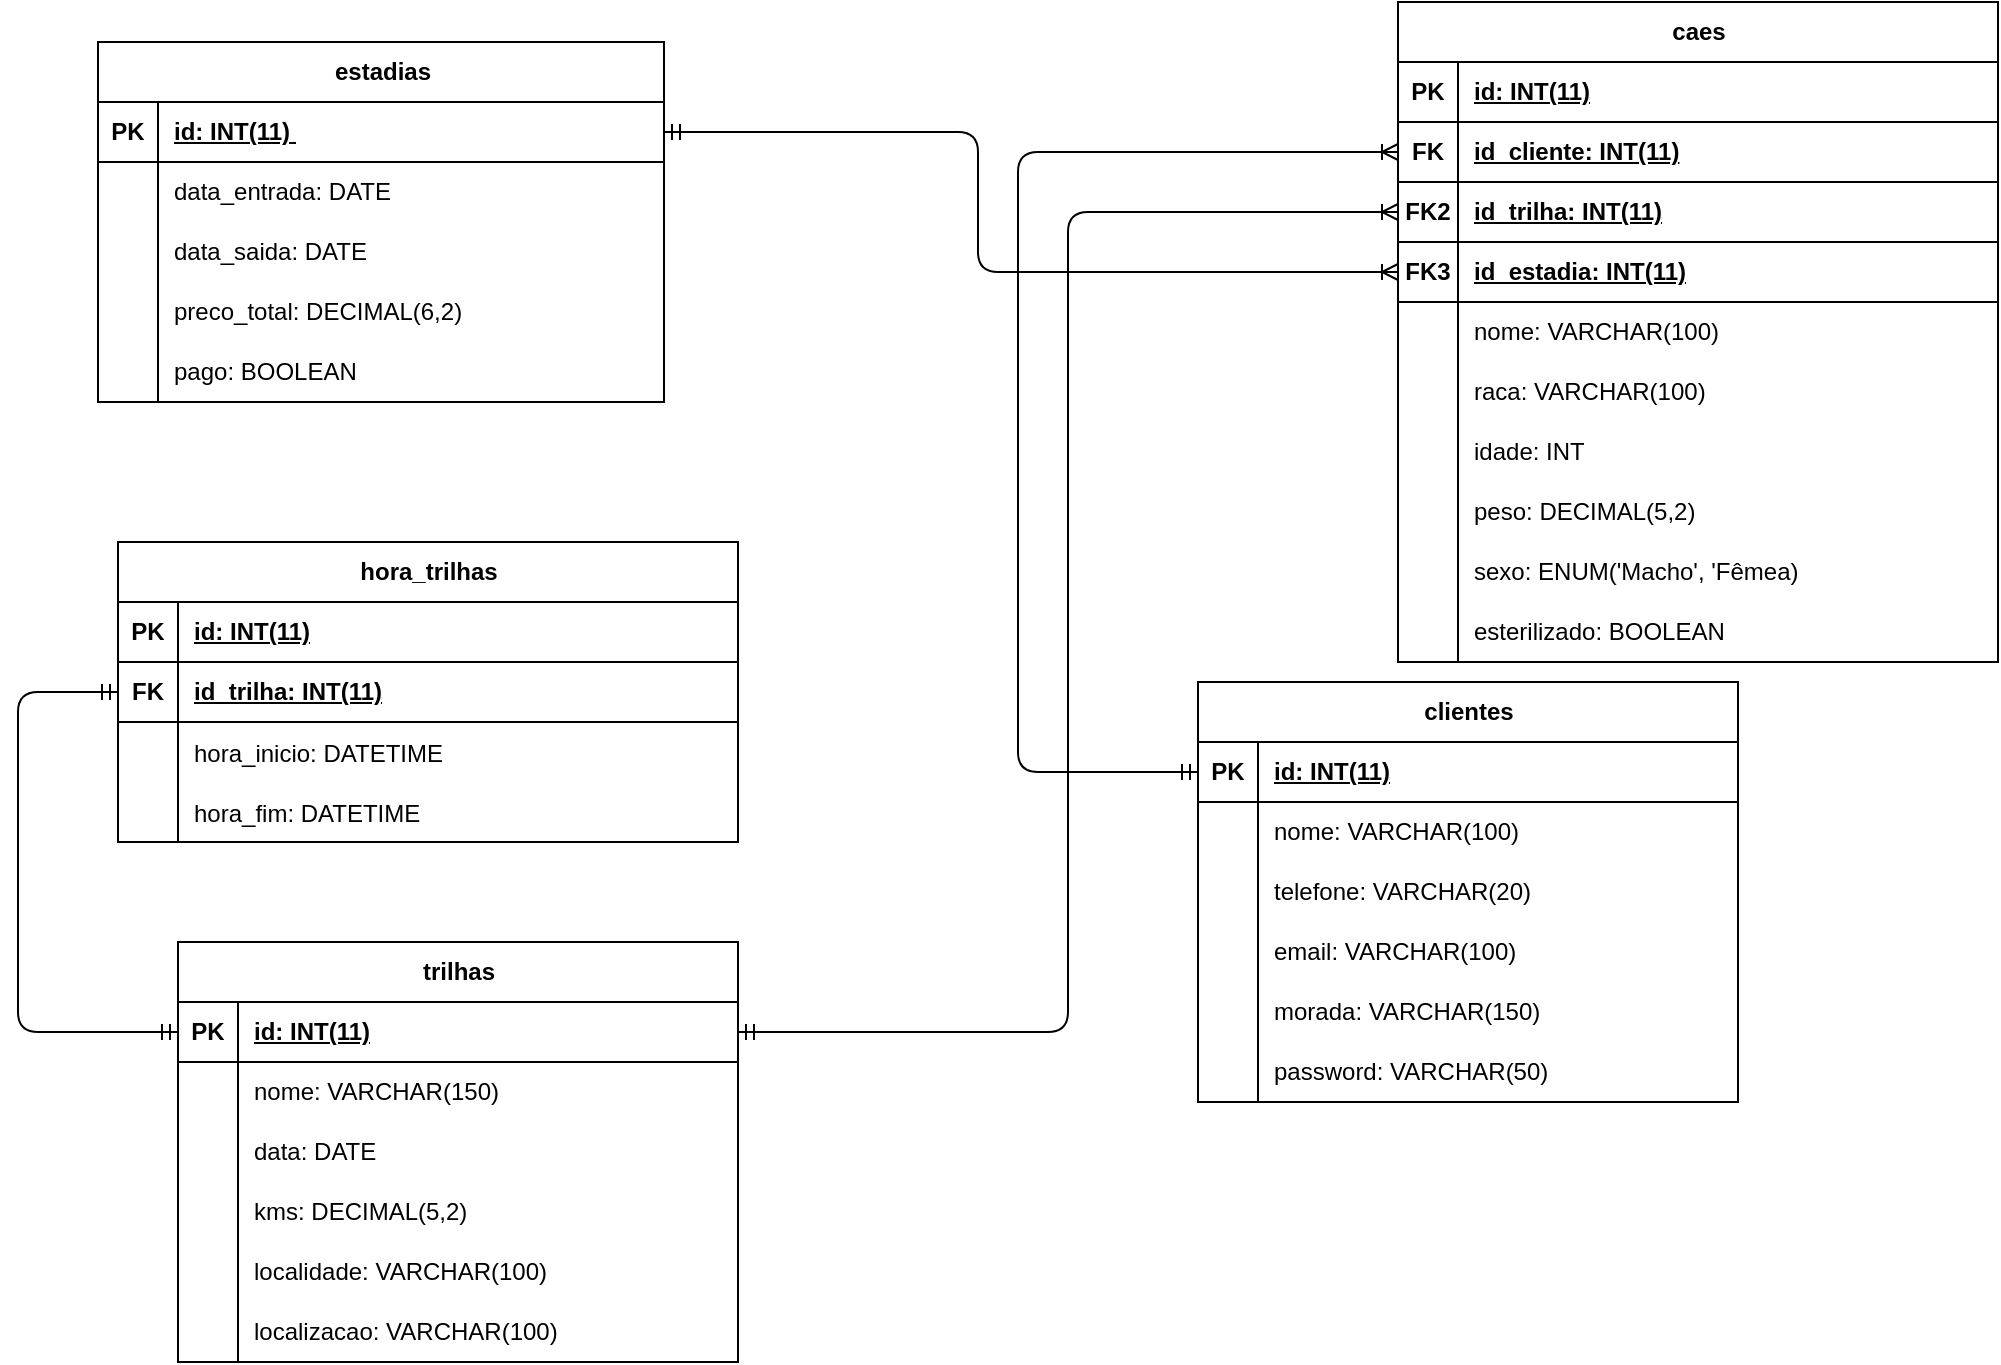
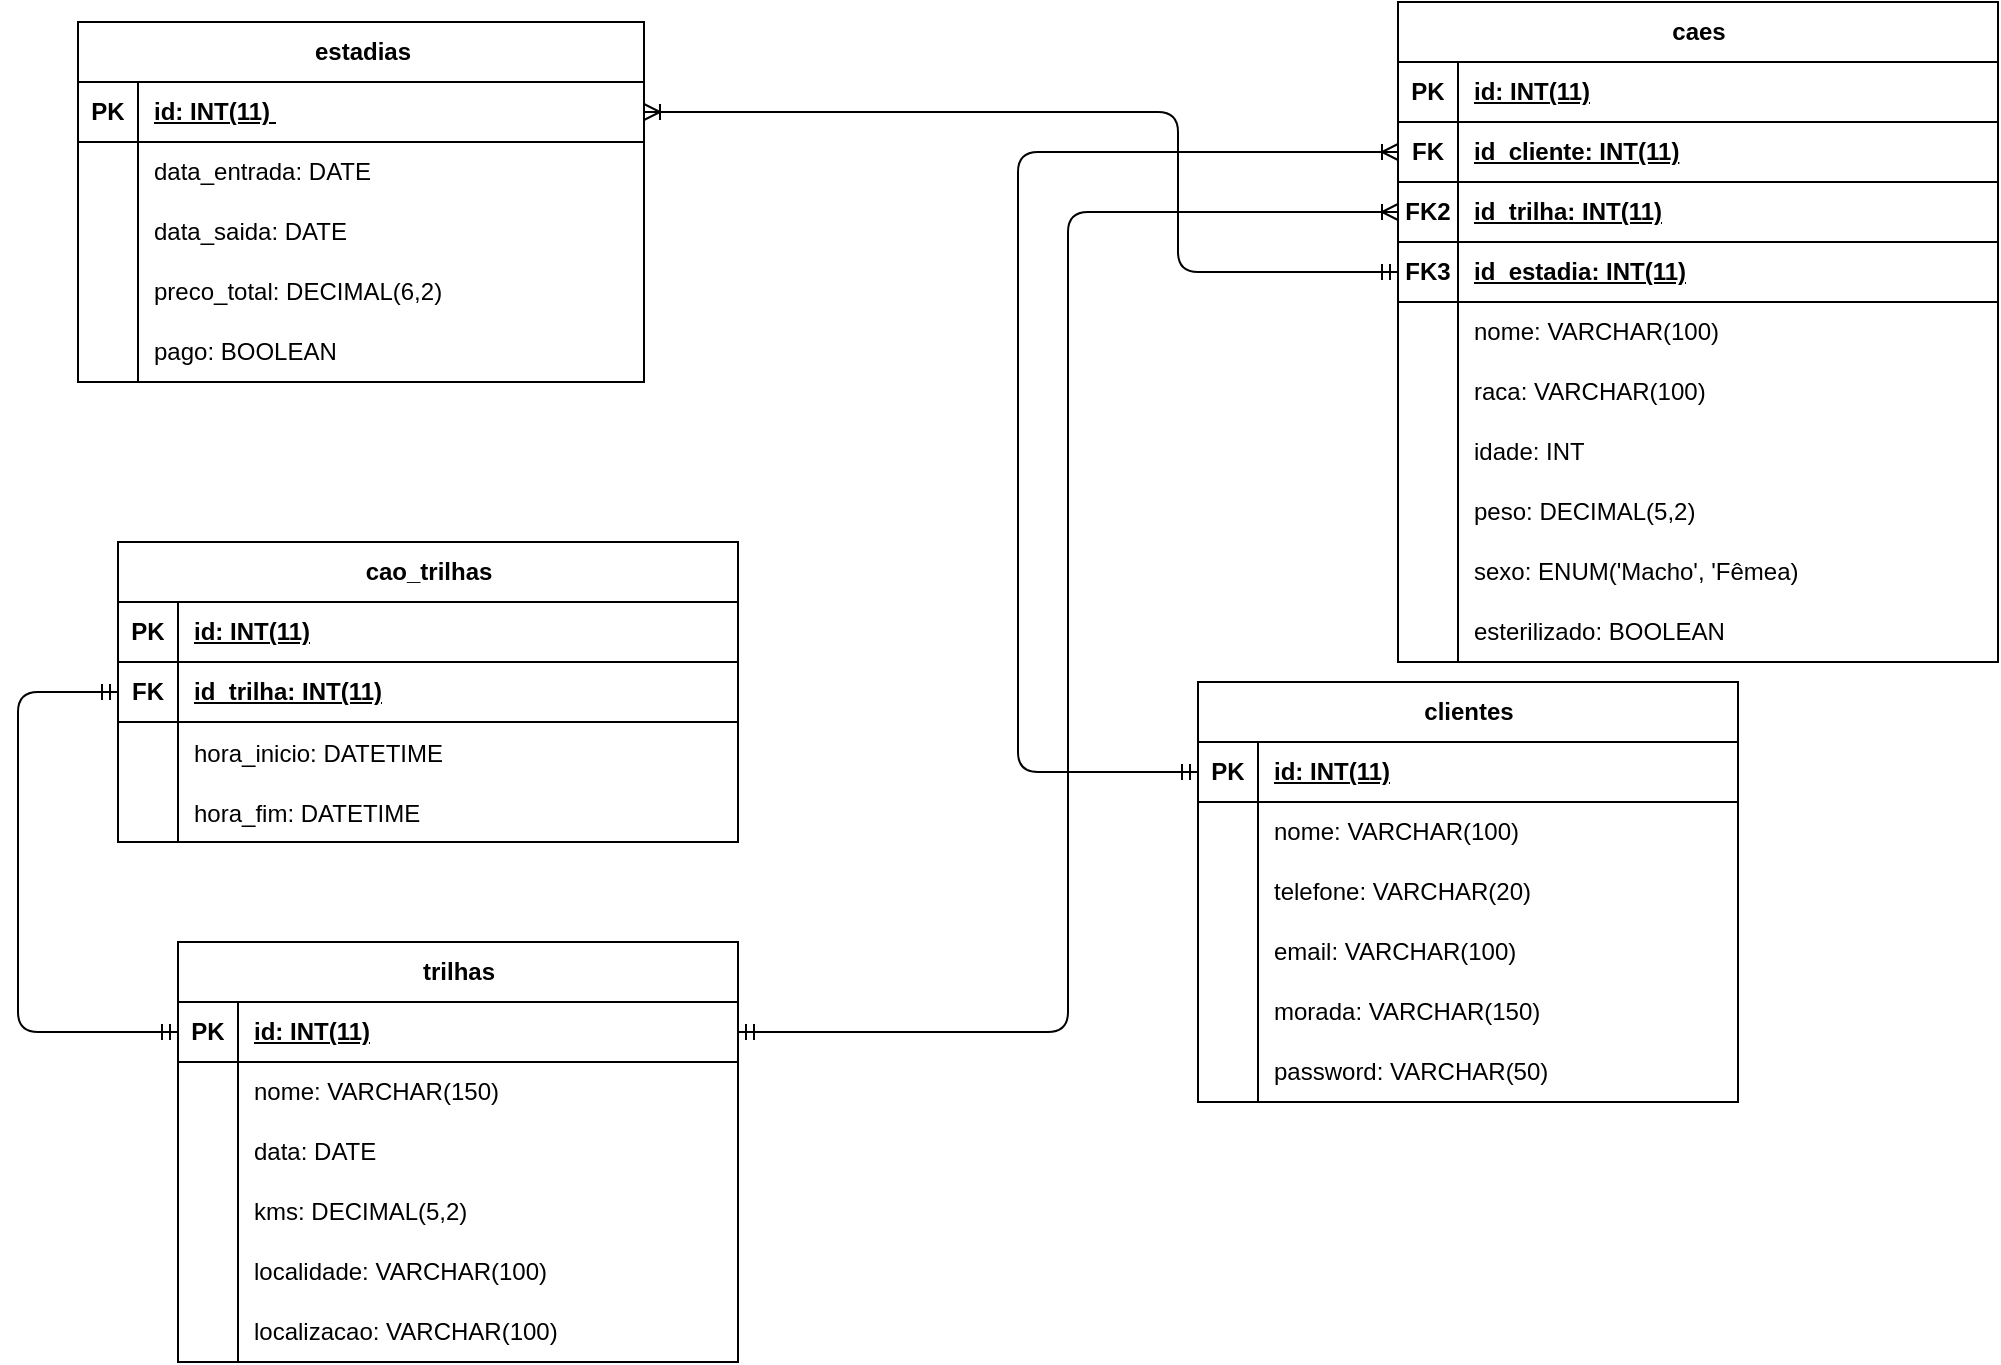
<mxfile host="65bd71144e">
    <diagram id="qsuWvYv3qOpMwH8im1zI" name="Page-1">
-         <mxGraphModel dx="1086" dy="1391" grid="1" gridSize="10" guides="1" tooltips="1" connect="1" arrows="1" fold="1" page="1" pageScale="1" pageWidth="850" pageHeight="1100" math="0" shadow="0">
+         <mxGraphModel dx="1326" dy="1879" grid="1" gridSize="10" guides="1" tooltips="1" connect="1" arrows="1" fold="1" page="1" pageScale="1" pageWidth="850" pageHeight="1100" math="0" shadow="0">
            <root>
                <mxCell id="0"/>
                <mxCell id="1" parent="0"/>
                <mxCell id="52" value="estadias" style="shape=table;startSize=30;container=1;collapsible=1;childLayout=tableLayout;fixedRows=1;rowLines=0;fontStyle=1;align=center;resizeLast=1;html=1;" parent="1" vertex="1">
-                     <mxGeometry x="150" y="-40" width="283" height="180" as="geometry"/>
+                     <mxGeometry x="140" y="-50" width="283" height="180" as="geometry"/>
                </mxCell>
                <mxCell id="53" value="" style="shape=tableRow;horizontal=0;startSize=0;swimlaneHead=0;swimlaneBody=0;fillColor=none;collapsible=0;dropTarget=0;points=[[0,0.5],[1,0.5]];portConstraint=eastwest;top=0;left=0;right=0;bottom=1;" parent="52" vertex="1">
                    <mxGeometry y="30" width="283" height="30" as="geometry"/>
                </mxCell>
                <mxCell id="54" value="PK" style="shape=partialRectangle;connectable=0;fillColor=none;top=0;left=0;bottom=0;right=0;fontStyle=1;overflow=hidden;whiteSpace=wrap;html=1;" parent="53" vertex="1">
                    <mxGeometry width="30" height="30" as="geometry">
                        <mxRectangle width="30" height="30" as="alternateBounds"/>
                    </mxGeometry>
                </mxCell>
                <mxCell id="55" value="id: INT(11)&amp;nbsp;" style="shape=partialRectangle;connectable=0;fillColor=none;top=0;left=0;bottom=0;right=0;align=left;spacingLeft=6;fontStyle=5;overflow=hidden;whiteSpace=wrap;html=1;" parent="53" vertex="1">
                    <mxGeometry x="30" width="253" height="30" as="geometry">
                        <mxRectangle width="253" height="30" as="alternateBounds"/>
                    </mxGeometry>
                </mxCell>
                <mxCell id="56" value="" style="shape=tableRow;horizontal=0;startSize=0;swimlaneHead=0;swimlaneBody=0;fillColor=none;collapsible=0;dropTarget=0;points=[[0,0.5],[1,0.5]];portConstraint=eastwest;top=0;left=0;right=0;bottom=0;" parent="52" vertex="1">
                    <mxGeometry y="60" width="283" height="30" as="geometry"/>
                </mxCell>
                <mxCell id="57" value="" style="shape=partialRectangle;connectable=0;fillColor=none;top=0;left=0;bottom=0;right=0;editable=1;overflow=hidden;whiteSpace=wrap;html=1;" parent="56" vertex="1">
                    <mxGeometry width="30" height="30" as="geometry">
                        <mxRectangle width="30" height="30" as="alternateBounds"/>
                    </mxGeometry>
                </mxCell>
                <mxCell id="58" value="data_entrada: DATE" style="shape=partialRectangle;connectable=0;fillColor=none;top=0;left=0;bottom=0;right=0;align=left;spacingLeft=6;overflow=hidden;whiteSpace=wrap;html=1;" parent="56" vertex="1">
                    <mxGeometry x="30" width="253" height="30" as="geometry">
                        <mxRectangle width="253" height="30" as="alternateBounds"/>
                    </mxGeometry>
                </mxCell>
                <mxCell id="59" value="" style="shape=tableRow;horizontal=0;startSize=0;swimlaneHead=0;swimlaneBody=0;fillColor=none;collapsible=0;dropTarget=0;points=[[0,0.5],[1,0.5]];portConstraint=eastwest;top=0;left=0;right=0;bottom=0;" parent="52" vertex="1">
                    <mxGeometry y="90" width="283" height="30" as="geometry"/>
                </mxCell>
                <mxCell id="60" value="" style="shape=partialRectangle;connectable=0;fillColor=none;top=0;left=0;bottom=0;right=0;editable=1;overflow=hidden;whiteSpace=wrap;html=1;" parent="59" vertex="1">
                    <mxGeometry width="30" height="30" as="geometry">
                        <mxRectangle width="30" height="30" as="alternateBounds"/>
                    </mxGeometry>
                </mxCell>
                <mxCell id="61" value="data_saida: DATE" style="shape=partialRectangle;connectable=0;fillColor=none;top=0;left=0;bottom=0;right=0;align=left;spacingLeft=6;overflow=hidden;whiteSpace=wrap;html=1;" parent="59" vertex="1">
                    <mxGeometry x="30" width="253" height="30" as="geometry">
                        <mxRectangle width="253" height="30" as="alternateBounds"/>
                    </mxGeometry>
                </mxCell>
                <mxCell id="62" value="" style="shape=tableRow;horizontal=0;startSize=0;swimlaneHead=0;swimlaneBody=0;fillColor=none;collapsible=0;dropTarget=0;points=[[0,0.5],[1,0.5]];portConstraint=eastwest;top=0;left=0;right=0;bottom=0;" parent="52" vertex="1">
                    <mxGeometry y="120" width="283" height="30" as="geometry"/>
                </mxCell>
                <mxCell id="63" value="" style="shape=partialRectangle;connectable=0;fillColor=none;top=0;left=0;bottom=0;right=0;editable=1;overflow=hidden;whiteSpace=wrap;html=1;" parent="62" vertex="1">
                    <mxGeometry width="30" height="30" as="geometry">
                        <mxRectangle width="30" height="30" as="alternateBounds"/>
                    </mxGeometry>
                </mxCell>
                <mxCell id="64" value="&lt;span style=&quot;color: rgb(0, 0, 0);&quot;&gt;preco_total: DECIMAL(6,2)&amp;nbsp;&lt;/span&gt;" style="shape=partialRectangle;connectable=0;fillColor=none;top=0;left=0;bottom=0;right=0;align=left;spacingLeft=6;overflow=hidden;whiteSpace=wrap;html=1;" parent="62" vertex="1">
                    <mxGeometry x="30" width="253" height="30" as="geometry">
                        <mxRectangle width="253" height="30" as="alternateBounds"/>
                    </mxGeometry>
                </mxCell>
                <mxCell id="68" style="shape=tableRow;horizontal=0;startSize=0;swimlaneHead=0;swimlaneBody=0;fillColor=none;collapsible=0;dropTarget=0;points=[[0,0.5],[1,0.5]];portConstraint=eastwest;top=0;left=0;right=0;bottom=0;" parent="52" vertex="1">
                    <mxGeometry y="150" width="283" height="30" as="geometry"/>
                </mxCell>
                <mxCell id="69" style="shape=partialRectangle;connectable=0;fillColor=none;top=0;left=0;bottom=0;right=0;editable=1;overflow=hidden;whiteSpace=wrap;html=1;" parent="68" vertex="1">
                    <mxGeometry width="30" height="30" as="geometry">
                        <mxRectangle width="30" height="30" as="alternateBounds"/>
                    </mxGeometry>
                </mxCell>
                <mxCell id="70" value="&lt;span style=&quot;color: rgb(0, 0, 0);&quot;&gt;pago: BOOLEAN&lt;/span&gt;" style="shape=partialRectangle;connectable=0;fillColor=none;top=0;left=0;bottom=0;right=0;align=left;spacingLeft=6;overflow=hidden;whiteSpace=wrap;html=1;" parent="68" vertex="1">
                    <mxGeometry x="30" width="253" height="30" as="geometry">
                        <mxRectangle width="253" height="30" as="alternateBounds"/>
                    </mxGeometry>
                </mxCell>
                <mxCell id="71" value="caes" style="shape=table;startSize=30;container=1;collapsible=1;childLayout=tableLayout;fixedRows=1;rowLines=0;fontStyle=1;align=center;resizeLast=1;html=1;" parent="1" vertex="1">
                    <mxGeometry x="800" y="-60" width="300" height="330" as="geometry"/>
                </mxCell>
                <mxCell id="72" value="" style="shape=tableRow;horizontal=0;startSize=0;swimlaneHead=0;swimlaneBody=0;fillColor=none;collapsible=0;dropTarget=0;points=[[0,0.5],[1,0.5]];portConstraint=eastwest;top=0;left=0;right=0;bottom=1;" parent="71" vertex="1">
                    <mxGeometry y="30" width="300" height="30" as="geometry"/>
                </mxCell>
                <mxCell id="73" value="PK" style="shape=partialRectangle;connectable=0;fillColor=none;top=0;left=0;bottom=0;right=0;fontStyle=1;overflow=hidden;whiteSpace=wrap;html=1;" parent="72" vertex="1">
                    <mxGeometry width="30" height="30" as="geometry">
                        <mxRectangle width="30" height="30" as="alternateBounds"/>
                    </mxGeometry>
                </mxCell>
                <mxCell id="74" value="id: INT(11)" style="shape=partialRectangle;connectable=0;fillColor=none;top=0;left=0;bottom=0;right=0;align=left;spacingLeft=6;fontStyle=5;overflow=hidden;whiteSpace=wrap;html=1;" parent="72" vertex="1">
                    <mxGeometry x="30" width="270" height="30" as="geometry">
                        <mxRectangle width="270" height="30" as="alternateBounds"/>
                    </mxGeometry>
                </mxCell>
                <mxCell id="97" style="shape=tableRow;horizontal=0;startSize=0;swimlaneHead=0;swimlaneBody=0;fillColor=none;collapsible=0;dropTarget=0;points=[[0,0.5],[1,0.5]];portConstraint=eastwest;top=0;left=0;right=0;bottom=1;" parent="71" vertex="1">
                    <mxGeometry y="60" width="300" height="30" as="geometry"/>
                </mxCell>
                <mxCell id="98" value="FK" style="shape=partialRectangle;connectable=0;fillColor=none;top=0;left=0;bottom=0;right=0;fontStyle=1;overflow=hidden;whiteSpace=wrap;html=1;" parent="97" vertex="1">
                    <mxGeometry width="30" height="30" as="geometry">
                        <mxRectangle width="30" height="30" as="alternateBounds"/>
                    </mxGeometry>
                </mxCell>
                <mxCell id="99" value="id_cliente: INT(11)" style="shape=partialRectangle;connectable=0;fillColor=none;top=0;left=0;bottom=0;right=0;align=left;spacingLeft=6;fontStyle=5;overflow=hidden;whiteSpace=wrap;html=1;" parent="97" vertex="1">
                    <mxGeometry x="30" width="270" height="30" as="geometry">
                        <mxRectangle width="270" height="30" as="alternateBounds"/>
                    </mxGeometry>
                </mxCell>
-                 <mxCell id="192" style="shape=tableRow;horizontal=0;startSize=0;swimlaneHead=0;swimlaneBody=0;fillColor=none;collapsible=0;dropTarget=0;points=[[0,0.5],[1,0.5]];portConstraint=eastwest;top=0;left=0;right=0;bottom=1;" vertex="1" parent="71">
+                 <mxCell id="192" style="shape=tableRow;horizontal=0;startSize=0;swimlaneHead=0;swimlaneBody=0;fillColor=none;collapsible=0;dropTarget=0;points=[[0,0.5],[1,0.5]];portConstraint=eastwest;top=0;left=0;right=0;bottom=1;" parent="71" vertex="1">
                    <mxGeometry y="90" width="300" height="30" as="geometry"/>
                </mxCell>
-                 <mxCell id="193" value="FK2" style="shape=partialRectangle;connectable=0;fillColor=none;top=0;left=0;bottom=0;right=0;fontStyle=1;overflow=hidden;whiteSpace=wrap;html=1;" vertex="1" parent="192">
-                     <mxGeometry width="30" height="30" as="geometry">
-                         <mxRectangle width="30" height="30" as="alternateBounds"/>
-                     </mxGeometry>
-                 </mxCell>
-                 <mxCell id="194" value="id_trilha: INT(11)" style="shape=partialRectangle;connectable=0;fillColor=none;top=0;left=0;bottom=0;right=0;align=left;spacingLeft=6;fontStyle=5;overflow=hidden;whiteSpace=wrap;html=1;" vertex="1" parent="192">
-                     <mxGeometry x="30" width="270" height="30" as="geometry">
-                         <mxRectangle width="270" height="30" as="alternateBounds"/>
-                     </mxGeometry>
-                 </mxCell>
-                 <mxCell id="198" style="shape=tableRow;horizontal=0;startSize=0;swimlaneHead=0;swimlaneBody=0;fillColor=none;collapsible=0;dropTarget=0;points=[[0,0.5],[1,0.5]];portConstraint=eastwest;top=0;left=0;right=0;bottom=1;" vertex="1" parent="71">
+                 <mxCell id="193" value="FK2" style="shape=partialRectangle;connectable=0;fillColor=none;top=0;left=0;bottom=0;right=0;fontStyle=1;overflow=hidden;whiteSpace=wrap;html=1;" parent="192" vertex="1">
+                     <mxGeometry width="30" height="30" as="geometry">
+                         <mxRectangle width="30" height="30" as="alternateBounds"/>
+                     </mxGeometry>
+                 </mxCell>
+                 <mxCell id="194" value="id_trilha: INT(11)" style="shape=partialRectangle;connectable=0;fillColor=none;top=0;left=0;bottom=0;right=0;align=left;spacingLeft=6;fontStyle=5;overflow=hidden;whiteSpace=wrap;html=1;" parent="192" vertex="1">
+                     <mxGeometry x="30" width="270" height="30" as="geometry">
+                         <mxRectangle width="270" height="30" as="alternateBounds"/>
+                     </mxGeometry>
+                 </mxCell>
+                 <mxCell id="198" style="shape=tableRow;horizontal=0;startSize=0;swimlaneHead=0;swimlaneBody=0;fillColor=none;collapsible=0;dropTarget=0;points=[[0,0.5],[1,0.5]];portConstraint=eastwest;top=0;left=0;right=0;bottom=1;" parent="71" vertex="1">
                    <mxGeometry y="120" width="300" height="30" as="geometry"/>
                </mxCell>
-                 <mxCell id="199" value="FK3" style="shape=partialRectangle;connectable=0;fillColor=none;top=0;left=0;bottom=0;right=0;fontStyle=1;overflow=hidden;whiteSpace=wrap;html=1;" vertex="1" parent="198">
-                     <mxGeometry width="30" height="30" as="geometry">
-                         <mxRectangle width="30" height="30" as="alternateBounds"/>
-                     </mxGeometry>
-                 </mxCell>
-                 <mxCell id="200" value="&lt;span style=&quot;color: rgb(0, 0, 0);&quot;&gt;id_estadia: INT(11)&lt;/span&gt;" style="shape=partialRectangle;connectable=0;fillColor=none;top=0;left=0;bottom=0;right=0;align=left;spacingLeft=6;fontStyle=5;overflow=hidden;whiteSpace=wrap;html=1;" vertex="1" parent="198">
+                 <mxCell id="199" value="FK3" style="shape=partialRectangle;connectable=0;fillColor=none;top=0;left=0;bottom=0;right=0;fontStyle=1;overflow=hidden;whiteSpace=wrap;html=1;" parent="198" vertex="1">
+                     <mxGeometry width="30" height="30" as="geometry">
+                         <mxRectangle width="30" height="30" as="alternateBounds"/>
+                     </mxGeometry>
+                 </mxCell>
+                 <mxCell id="200" value="&lt;span style=&quot;color: rgb(0, 0, 0);&quot;&gt;id_estadia: INT(11)&lt;/span&gt;" style="shape=partialRectangle;connectable=0;fillColor=none;top=0;left=0;bottom=0;right=0;align=left;spacingLeft=6;fontStyle=5;overflow=hidden;whiteSpace=wrap;html=1;" parent="198" vertex="1">
                    <mxGeometry x="30" width="270" height="30" as="geometry">
                        <mxRectangle width="270" height="30" as="alternateBounds"/>
                    </mxGeometry>
                </mxCell>
                <mxCell id="75" value="" style="shape=tableRow;horizontal=0;startSize=0;swimlaneHead=0;swimlaneBody=0;fillColor=none;collapsible=0;dropTarget=0;points=[[0,0.5],[1,0.5]];portConstraint=eastwest;top=0;left=0;right=0;bottom=0;" parent="71" vertex="1">
                    <mxGeometry y="150" width="300" height="30" as="geometry"/>
                </mxCell>
                <mxCell id="76" value="" style="shape=partialRectangle;connectable=0;fillColor=none;top=0;left=0;bottom=0;right=0;editable=1;overflow=hidden;whiteSpace=wrap;html=1;" parent="75" vertex="1">
                    <mxGeometry width="30" height="30" as="geometry">
                        <mxRectangle width="30" height="30" as="alternateBounds"/>
                    </mxGeometry>
                </mxCell>
                <mxCell id="77" value="nome&lt;span style=&quot;color: rgb(0, 0, 0);&quot;&gt;: VARCHAR(100)&lt;/span&gt;" style="shape=partialRectangle;connectable=0;fillColor=none;top=0;left=0;bottom=0;right=0;align=left;spacingLeft=6;overflow=hidden;whiteSpace=wrap;html=1;" parent="75" vertex="1">
                    <mxGeometry x="30" width="270" height="30" as="geometry">
                        <mxRectangle width="270" height="30" as="alternateBounds"/>
                    </mxGeometry>
                </mxCell>
                <mxCell id="78" value="" style="shape=tableRow;horizontal=0;startSize=0;swimlaneHead=0;swimlaneBody=0;fillColor=none;collapsible=0;dropTarget=0;points=[[0,0.5],[1,0.5]];portConstraint=eastwest;top=0;left=0;right=0;bottom=0;" parent="71" vertex="1">
                    <mxGeometry y="180" width="300" height="30" as="geometry"/>
                </mxCell>
                <mxCell id="79" value="" style="shape=partialRectangle;connectable=0;fillColor=none;top=0;left=0;bottom=0;right=0;editable=1;overflow=hidden;whiteSpace=wrap;html=1;" parent="78" vertex="1">
                    <mxGeometry width="30" height="30" as="geometry">
                        <mxRectangle width="30" height="30" as="alternateBounds"/>
                    </mxGeometry>
                </mxCell>
                <mxCell id="80" value="raca&lt;span style=&quot;color: rgb(0, 0, 0);&quot;&gt;: VARCHAR(100)&lt;/span&gt;" style="shape=partialRectangle;connectable=0;fillColor=none;top=0;left=0;bottom=0;right=0;align=left;spacingLeft=6;overflow=hidden;whiteSpace=wrap;html=1;" parent="78" vertex="1">
                    <mxGeometry x="30" width="270" height="30" as="geometry">
                        <mxRectangle width="270" height="30" as="alternateBounds"/>
                    </mxGeometry>
                </mxCell>
                <mxCell id="81" value="" style="shape=tableRow;horizontal=0;startSize=0;swimlaneHead=0;swimlaneBody=0;fillColor=none;collapsible=0;dropTarget=0;points=[[0,0.5],[1,0.5]];portConstraint=eastwest;top=0;left=0;right=0;bottom=0;" parent="71" vertex="1">
                    <mxGeometry y="210" width="300" height="30" as="geometry"/>
                </mxCell>
                <mxCell id="82" value="" style="shape=partialRectangle;connectable=0;fillColor=none;top=0;left=0;bottom=0;right=0;editable=1;overflow=hidden;whiteSpace=wrap;html=1;" parent="81" vertex="1">
                    <mxGeometry width="30" height="30" as="geometry">
                        <mxRectangle width="30" height="30" as="alternateBounds"/>
                    </mxGeometry>
                </mxCell>
                <mxCell id="83" value="idade: INT" style="shape=partialRectangle;connectable=0;fillColor=none;top=0;left=0;bottom=0;right=0;align=left;spacingLeft=6;overflow=hidden;whiteSpace=wrap;html=1;" parent="81" vertex="1">
                    <mxGeometry x="30" width="270" height="30" as="geometry">
                        <mxRectangle width="270" height="30" as="alternateBounds"/>
                    </mxGeometry>
                </mxCell>
                <mxCell id="106" style="shape=tableRow;horizontal=0;startSize=0;swimlaneHead=0;swimlaneBody=0;fillColor=none;collapsible=0;dropTarget=0;points=[[0,0.5],[1,0.5]];portConstraint=eastwest;top=0;left=0;right=0;bottom=0;" parent="71" vertex="1">
                    <mxGeometry y="240" width="300" height="30" as="geometry"/>
                </mxCell>
                <mxCell id="107" style="shape=partialRectangle;connectable=0;fillColor=none;top=0;left=0;bottom=0;right=0;editable=1;overflow=hidden;whiteSpace=wrap;html=1;" parent="106" vertex="1">
                    <mxGeometry width="30" height="30" as="geometry">
                        <mxRectangle width="30" height="30" as="alternateBounds"/>
                    </mxGeometry>
                </mxCell>
                <mxCell id="108" value="peso: DECIMAL(5,2)" style="shape=partialRectangle;connectable=0;fillColor=none;top=0;left=0;bottom=0;right=0;align=left;spacingLeft=6;overflow=hidden;whiteSpace=wrap;html=1;" parent="106" vertex="1">
                    <mxGeometry x="30" width="270" height="30" as="geometry">
                        <mxRectangle width="270" height="30" as="alternateBounds"/>
                    </mxGeometry>
                </mxCell>
                <mxCell id="103" style="shape=tableRow;horizontal=0;startSize=0;swimlaneHead=0;swimlaneBody=0;fillColor=none;collapsible=0;dropTarget=0;points=[[0,0.5],[1,0.5]];portConstraint=eastwest;top=0;left=0;right=0;bottom=0;" parent="71" vertex="1">
                    <mxGeometry y="270" width="300" height="30" as="geometry"/>
                </mxCell>
                <mxCell id="104" style="shape=partialRectangle;connectable=0;fillColor=none;top=0;left=0;bottom=0;right=0;editable=1;overflow=hidden;whiteSpace=wrap;html=1;" parent="103" vertex="1">
                    <mxGeometry width="30" height="30" as="geometry">
                        <mxRectangle width="30" height="30" as="alternateBounds"/>
                    </mxGeometry>
                </mxCell>
                <mxCell id="105" value="sexo&lt;span style=&quot;color: rgb(0, 0, 0);&quot;&gt;: ENUM(&#39;Macho&#39;, &#39;Fêmea)&lt;/span&gt;" style="shape=partialRectangle;connectable=0;fillColor=none;top=0;left=0;bottom=0;right=0;align=left;spacingLeft=6;overflow=hidden;whiteSpace=wrap;html=1;" parent="103" vertex="1">
                    <mxGeometry x="30" width="270" height="30" as="geometry">
                        <mxRectangle width="270" height="30" as="alternateBounds"/>
                    </mxGeometry>
                </mxCell>
                <mxCell id="100" style="shape=tableRow;horizontal=0;startSize=0;swimlaneHead=0;swimlaneBody=0;fillColor=none;collapsible=0;dropTarget=0;points=[[0,0.5],[1,0.5]];portConstraint=eastwest;top=0;left=0;right=0;bottom=0;" parent="71" vertex="1">
                    <mxGeometry y="300" width="300" height="30" as="geometry"/>
                </mxCell>
                <mxCell id="101" style="shape=partialRectangle;connectable=0;fillColor=none;top=0;left=0;bottom=0;right=0;editable=1;overflow=hidden;whiteSpace=wrap;html=1;" parent="100" vertex="1">
                    <mxGeometry width="30" height="30" as="geometry">
                        <mxRectangle width="30" height="30" as="alternateBounds"/>
                    </mxGeometry>
                </mxCell>
                <mxCell id="102" value="esterilizado: BOOLEAN" style="shape=partialRectangle;connectable=0;fillColor=none;top=0;left=0;bottom=0;right=0;align=left;spacingLeft=6;overflow=hidden;whiteSpace=wrap;html=1;" parent="100" vertex="1">
                    <mxGeometry x="30" width="270" height="30" as="geometry">
                        <mxRectangle width="270" height="30" as="alternateBounds"/>
                    </mxGeometry>
                </mxCell>
                <mxCell id="115" value="clientes" style="shape=table;startSize=30;container=1;collapsible=1;childLayout=tableLayout;fixedRows=1;rowLines=0;fontStyle=1;align=center;resizeLast=1;html=1;" parent="1" vertex="1">
                    <mxGeometry x="700" y="280" width="270" height="210" as="geometry"/>
                </mxCell>
                <mxCell id="116" value="" style="shape=tableRow;horizontal=0;startSize=0;swimlaneHead=0;swimlaneBody=0;fillColor=none;collapsible=0;dropTarget=0;points=[[0,0.5],[1,0.5]];portConstraint=eastwest;top=0;left=0;right=0;bottom=1;" parent="115" vertex="1">
                    <mxGeometry y="30" width="270" height="30" as="geometry"/>
                </mxCell>
                <mxCell id="117" value="PK" style="shape=partialRectangle;connectable=0;fillColor=none;top=0;left=0;bottom=0;right=0;fontStyle=1;overflow=hidden;whiteSpace=wrap;html=1;" parent="116" vertex="1">
                    <mxGeometry width="30" height="30" as="geometry">
                        <mxRectangle width="30" height="30" as="alternateBounds"/>
                    </mxGeometry>
                </mxCell>
                <mxCell id="118" value="id: INT(11)" style="shape=partialRectangle;connectable=0;fillColor=none;top=0;left=0;bottom=0;right=0;align=left;spacingLeft=6;fontStyle=5;overflow=hidden;whiteSpace=wrap;html=1;" parent="116" vertex="1">
                    <mxGeometry x="30" width="240" height="30" as="geometry">
                        <mxRectangle width="240" height="30" as="alternateBounds"/>
                    </mxGeometry>
                </mxCell>
                <mxCell id="119" value="" style="shape=tableRow;horizontal=0;startSize=0;swimlaneHead=0;swimlaneBody=0;fillColor=none;collapsible=0;dropTarget=0;points=[[0,0.5],[1,0.5]];portConstraint=eastwest;top=0;left=0;right=0;bottom=0;" parent="115" vertex="1">
                    <mxGeometry y="60" width="270" height="30" as="geometry"/>
                </mxCell>
                <mxCell id="120" value="" style="shape=partialRectangle;connectable=0;fillColor=none;top=0;left=0;bottom=0;right=0;editable=1;overflow=hidden;whiteSpace=wrap;html=1;" parent="119" vertex="1">
                    <mxGeometry width="30" height="30" as="geometry">
                        <mxRectangle width="30" height="30" as="alternateBounds"/>
                    </mxGeometry>
                </mxCell>
                <mxCell id="121" value="nome&lt;span style=&quot;color: rgb(0, 0, 0);&quot;&gt;: VARCHAR(100)&lt;/span&gt;" style="shape=partialRectangle;connectable=0;fillColor=none;top=0;left=0;bottom=0;right=0;align=left;spacingLeft=6;overflow=hidden;whiteSpace=wrap;html=1;" parent="119" vertex="1">
                    <mxGeometry x="30" width="240" height="30" as="geometry">
                        <mxRectangle width="240" height="30" as="alternateBounds"/>
                    </mxGeometry>
                </mxCell>
                <mxCell id="122" value="" style="shape=tableRow;horizontal=0;startSize=0;swimlaneHead=0;swimlaneBody=0;fillColor=none;collapsible=0;dropTarget=0;points=[[0,0.5],[1,0.5]];portConstraint=eastwest;top=0;left=0;right=0;bottom=0;" parent="115" vertex="1">
                    <mxGeometry y="90" width="270" height="30" as="geometry"/>
                </mxCell>
                <mxCell id="123" value="" style="shape=partialRectangle;connectable=0;fillColor=none;top=0;left=0;bottom=0;right=0;editable=1;overflow=hidden;whiteSpace=wrap;html=1;" parent="122" vertex="1">
                    <mxGeometry width="30" height="30" as="geometry">
                        <mxRectangle width="30" height="30" as="alternateBounds"/>
                    </mxGeometry>
                </mxCell>
                <mxCell id="124" value="telefone&lt;span style=&quot;color: rgb(0, 0, 0);&quot;&gt;: VARCHAR(20)&lt;/span&gt;" style="shape=partialRectangle;connectable=0;fillColor=none;top=0;left=0;bottom=0;right=0;align=left;spacingLeft=6;overflow=hidden;whiteSpace=wrap;html=1;" parent="122" vertex="1">
                    <mxGeometry x="30" width="240" height="30" as="geometry">
                        <mxRectangle width="240" height="30" as="alternateBounds"/>
                    </mxGeometry>
                </mxCell>
                <mxCell id="125" value="" style="shape=tableRow;horizontal=0;startSize=0;swimlaneHead=0;swimlaneBody=0;fillColor=none;collapsible=0;dropTarget=0;points=[[0,0.5],[1,0.5]];portConstraint=eastwest;top=0;left=0;right=0;bottom=0;" parent="115" vertex="1">
                    <mxGeometry y="120" width="270" height="30" as="geometry"/>
                </mxCell>
                <mxCell id="126" value="" style="shape=partialRectangle;connectable=0;fillColor=none;top=0;left=0;bottom=0;right=0;editable=1;overflow=hidden;whiteSpace=wrap;html=1;" parent="125" vertex="1">
                    <mxGeometry width="30" height="30" as="geometry">
                        <mxRectangle width="30" height="30" as="alternateBounds"/>
                    </mxGeometry>
                </mxCell>
                <mxCell id="127" value="email&lt;span style=&quot;color: rgb(0, 0, 0);&quot;&gt;: VARCHAR(100)&lt;/span&gt;" style="shape=partialRectangle;connectable=0;fillColor=none;top=0;left=0;bottom=0;right=0;align=left;spacingLeft=6;overflow=hidden;whiteSpace=wrap;html=1;" parent="125" vertex="1">
                    <mxGeometry x="30" width="240" height="30" as="geometry">
                        <mxRectangle width="240" height="30" as="alternateBounds"/>
                    </mxGeometry>
                </mxCell>
                <mxCell id="128" style="shape=tableRow;horizontal=0;startSize=0;swimlaneHead=0;swimlaneBody=0;fillColor=none;collapsible=0;dropTarget=0;points=[[0,0.5],[1,0.5]];portConstraint=eastwest;top=0;left=0;right=0;bottom=0;" parent="115" vertex="1">
                    <mxGeometry y="150" width="270" height="30" as="geometry"/>
                </mxCell>
                <mxCell id="129" style="shape=partialRectangle;connectable=0;fillColor=none;top=0;left=0;bottom=0;right=0;editable=1;overflow=hidden;whiteSpace=wrap;html=1;" parent="128" vertex="1">
                    <mxGeometry width="30" height="30" as="geometry">
                        <mxRectangle width="30" height="30" as="alternateBounds"/>
                    </mxGeometry>
                </mxCell>
                <mxCell id="130" value="morada&lt;span style=&quot;color: rgb(0, 0, 0);&quot;&gt;: VARCHAR(150)&lt;/span&gt;" style="shape=partialRectangle;connectable=0;fillColor=none;top=0;left=0;bottom=0;right=0;align=left;spacingLeft=6;overflow=hidden;whiteSpace=wrap;html=1;" parent="128" vertex="1">
                    <mxGeometry x="30" width="240" height="30" as="geometry">
                        <mxRectangle width="240" height="30" as="alternateBounds"/>
                    </mxGeometry>
                </mxCell>
                <mxCell id="186" style="shape=tableRow;horizontal=0;startSize=0;swimlaneHead=0;swimlaneBody=0;fillColor=none;collapsible=0;dropTarget=0;points=[[0,0.5],[1,0.5]];portConstraint=eastwest;top=0;left=0;right=0;bottom=0;" parent="115" vertex="1">
                    <mxGeometry y="180" width="270" height="30" as="geometry"/>
                </mxCell>
                <mxCell id="187" style="shape=partialRectangle;connectable=0;fillColor=none;top=0;left=0;bottom=0;right=0;editable=1;overflow=hidden;whiteSpace=wrap;html=1;" parent="186" vertex="1">
                    <mxGeometry width="30" height="30" as="geometry">
                        <mxRectangle width="30" height="30" as="alternateBounds"/>
                    </mxGeometry>
                </mxCell>
                <mxCell id="188" value="&lt;span style=&quot;color: rgb(0, 0, 0);&quot;&gt;password&lt;/span&gt;&lt;span style=&quot;color: rgb(0, 0, 0);&quot;&gt;: VARCHAR(50)&lt;/span&gt;&lt;span style=&quot;font-family: monospace; font-size: 0px; text-wrap-mode: nowrap;&quot;&gt;%3CmxGraphModel%3E%3Croot%3E%3CmxCell%20id%3D%220%22%2F%3E%3CmxCell%20id%3D%221%22%20parent%3D%220%22%2F%3E%3CmxCell%20id%3D%222%22%20value%3D%22morada%26amp%3Bnbsp%3B%26lt%3Bspan%20style%3D%26quot%3Bfont-family%3A%20Consolas%2C%20%26amp%3Bquot%3BCourier%20New%26amp%3Bquot%3B%2C%20monospace%3B%20font-size%3A%2014px%3B%20white-space%3A%20pre%3B%20color%3A%20rgb(86%2C%20156%2C%20214)%3B%26quot%3B%26gt%3BVARCHAR%26lt%3B%2Fspan%26gt%3B%26lt%3Bspan%20style%3D%26quot%3Bcolor%3A%20rgb(204%2C%20204%2C%20204)%3B%20font-family%3A%20Consolas%2C%20%26amp%3Bquot%3BCourier%20New%26amp%3Bquot%3B%2C%20monospace%3B%20font-size%3A%2014px%3B%20white-space%3A%20pre%3B%26quot%3B%26gt%3B(%26lt%3B%2Fspan%26gt%3B%26lt%3Bspan%20style%3D%26quot%3Bfont-family%3A%20Consolas%2C%20%26amp%3Bquot%3BCourier%20New%26amp%3Bquot%3B%2C%20monospace%3B%20font-size%3A%2014px%3B%20white-space%3A%20pre%3B%20color%3A%20rgb(181%2C%20206%2C%20168)%3B%26quot%3B%26gt%3B100%26lt%3B%2Fspan%26gt%3B%26lt%3Bspan%20style%3D%26quot%3Bcolor%3A%20rgb(204%2C%20204%2C%20204)%3B%20font-family%3A%20Consolas%2C%20%26amp%3Bquot%3BCourier%20New%26amp%3Bquot%3B%2C%20monospace%3B%20font-size%3A%2014px%3B%20white-space%3A%20pre%3B%26quot%3B%26gt%3B)%20%26lt%3B%2Fspan%26gt%3B%26lt%3Bspan%20style%3D%26quot%3Bfont-family%3A%20Consolas%2C%20%26amp%3Bquot%3BCourier%20New%26amp%3Bquot%3B%2C%20monospace%3B%20font-size%3A%2014px%3B%20white-space%3A%20pre%3B%20color%3A%20rgb(86%2C%20156%2C%20214)%3B%26quot%3B%26gt%3BNOT%26lt%3B%2Fspan%26gt%3B%26lt%3Bspan%20style%3D%26quot%3Bcolor%3A%20rgb(204%2C%20204%2C%20204)%3B%20font-family%3A%20Consolas%2C%20%26amp%3Bquot%3BCourier%20New%26amp%3Bquot%3B%2C%20monospace%3B%20font-size%3A%2014px%3B%20white-space%3A%20pre%3B%26quot%3B%26gt%3B%20%26lt%3B%2Fspan%26gt%3B%26lt%3Bspan%20style%3D%26quot%3Bfont-family%3A%20Consolas%2C%20%26amp%3Bquot%3BCourier%20New%26amp%3Bquot%3B%2C%20monospace%3B%20font-size%3A%2014px%3B%20white-space%3A%20pre%3B%20color%3A%20rgb(86%2C%20156%2C%20214)%3B%26quot%3B%26gt%3BNULL%26lt%3B%2Fspan%26gt%3B%22%20style%3D%22shape%3DpartialRectangle%3Bconnectable%3D0%3BfillColor%3Dnone%3Btop%3D0%3Bleft%3D0%3Bbottom%3D0%3Bright%3D0%3Balign%3Dleft%3BspacingLeft%3D6%3Boverflow%3Dhidden%3BwhiteSpace%3Dwrap%3Bhtml%3D1%3B%22%20vertex%3D%221%22%20parent%3D%221%22%3E%3CmxGeometry%20x%3D%22580%22%20y%3D%22415%22%20width%3D%22240%22%20height%3D%2230%22%20as%3D%22geometry%22%3E%3CmxRectangle%20width%3D%22240%22%20height%3D%2230%22%20as%3D%22alternateBounds%22%2F%3E%3C%2FmxGeometry%3E%3C%2FmxCell%3E%3CmxCell%20id%3D%223%22%20value%3D%22password%26amp%3Bnbsp%3B%22%20style%3D%22shape%3DpartialRectangle%3Bconnectable%3D0%3BfillColor%3Dnone%3Btop%3D0%3Bleft%3D0%3Bbottom%3D0%3Bright%3D0%3Balign%3Dleft%3BspacingLeft%3D6%3Boverflow%3Dhidden%3BwhiteSpace%3Dwrap%3Bhtml%3D1%3B%22%20vertex%3D%221%22%20parent%3D%221%22%3E%3CmxGeometry%20x%3D%22580%22%20y%3D%22445%22%20width%3D%22240%22%20height%3D%2230%22%20as%3D%22geometry%22%3E%3CmxRectangle%20width%3D%22240%22%20height%3D%2230%22%20as%3D%22alternateBounds%22%2F%3E%3C%2FmxGeometry%3E%3C%2FmxCell%3E%3C%2Froot%3E%3C%2FmxGraphModel%3E&lt;/span&gt;&lt;span style=&quot;font-family: monospace; font-size: 0px; text-wrap-mode: nowrap;&quot;&gt;%3CmxGraphModel%3E%3Croot%3E%3CmxCell%20id%3D%220%22%2F%3E%3CmxCell%20id%3D%221%22%20parent%3D%220%22%2F%3E%3CmxCell%20id%3D%222%22%20value%3D%22morada%26amp%3Bnbsp%3B%26lt%3Bspan%20style%3D%26quot%3Bfont-family%3A%20Consolas%2C%20%26amp%3Bquot%3BCourier%20New%26amp%3Bquot%3B%2C%20monospace%3B%20font-size%3A%2014px%3B%20white-space%3A%20pre%3B%20color%3A%20rgb(86%2C%20156%2C%20214)%3B%26quot%3B%26gt%3BVARCHAR%26lt%3B%2Fspan%26gt%3B%26lt%3Bspan%20style%3D%26quot%3Bcolor%3A%20rgb(204%2C%20204%2C%20204)%3B%20font-family%3A%20Consolas%2C%20%26amp%3Bquot%3BCourier%20New%26amp%3Bquot%3B%2C%20monospace%3B%20font-size%3A%2014px%3B%20white-space%3A%20pre%3B%26quot%3B%26gt%3B(%26lt%3B%2Fspan%26gt%3B%26lt%3Bspan%20style%3D%26quot%3Bfont-family%3A%20Consolas%2C%20%26amp%3Bquot%3BCourier%20New%26amp%3Bquot%3B%2C%20monospace%3B%20font-size%3A%2014px%3B%20white-space%3A%20pre%3B%20color%3A%20rgb(181%2C%20206%2C%20168)%3B%26quot%3B%26gt%3B100%26lt%3B%2Fspan%26gt%3B%26lt%3Bspan%20style%3D%26quot%3Bcolor%3A%20rgb(204%2C%20204%2C%20204)%3B%20font-family%3A%20Consolas%2C%20%26amp%3Bquot%3BCourier%20New%26amp%3Bquot%3B%2C%20monospace%3B%20font-size%3A%2014px%3B%20white-space%3A%20pre%3B%26quot%3B%26gt%3B)%20%26lt%3B%2Fspan%26gt%3B%26lt%3Bspan%20style%3D%26quot%3Bfont-family%3A%20Consolas%2C%20%26amp%3Bquot%3BCourier%20New%26amp%3Bquot%3B%2C%20monospace%3B%20font-size%3A%2014px%3B%20white-space%3A%20pre%3B%20color%3A%20rgb(86%2C%20156%2C%20214)%3B%26quot%3B%26gt%3BNOT%26lt%3B%2Fspan%26gt%3B%26lt%3Bspan%20style%3D%26quot%3Bcolor%3A%20rgb(204%2C%20204%2C%20204)%3B%20font-family%3A%20Consolas%2C%20%26amp%3Bquot%3BCourier%20New%26amp%3Bquot%3B%2C%20monospace%3B%20font-size%3A%2014px%3B%20white-space%3A%20pre%3B%26quot%3B%26gt%3B%20%26lt%3B%2Fspan%26gt%3B%26lt%3Bspan%20style%3D%26quot%3Bfont-family%3A%20Consolas%2C%20%26amp%3Bquot%3BCourier%20New%26amp%3Bquot%3B%2C%20monospace%3B%20font-size%3A%2014px%3B%20white-space%3A%20pre%3B%20color%3A%20rgb(86%2C%20156%2C%20214)%3B%26quot%3B%26gt%3BNULL%26lt%3B%2Fspan%26gt%3B%22%20style%3D%22shape%3DpartialRectangle%3Bconnectable%3D0%3BfillColor%3Dnone%3Btop%3D0%3Bleft%3D0%3Bbottom%3D0%3Bright%3D0%3Balign%3Dleft%3BspacingLeft%3D6%3Boverflow%3Dhidden%3BwhiteSpace%3Dwrap%3Bhtml%3D1%3B%22%20vertex%3D%221%22%20parent%3D%221%22%3E%3CmxGeometry%20x%3D%22580%22%20y%3D%22415%22%20width%3D%22240%22%20height%3D%2230%22%20as%3D%22geometry%22%3E%3CmxRectangle%20width%3D%22240%22%20height%3D%2230%22%20as%3D%22alternateBounds%22%2F%3E%3C%2FmxGeometry%3E%3C%2FmxCell%3E%3CmxCell%20id%3D%223%22%20value%3D%22password%26amp%3Bnbsp%3B%22%20style%3D%22shape%3DpartialRectangle%3Bconnectable%3D0%3BfillColor%3Dnone%3Btop%3D0%3Bleft%3D0%3Bbottom%3D0%3Bright%3D0%3Balign%3Dleft%3BspacingLeft%3D6%3Boverflow%3Dhidden%3BwhiteSpace%3Dwrap%3Bhtml%3D1%3B%22%20vertex%3D%221%22%20parent%3D%221%22%3E%3CmxGeometry%20x%3D%22580%22%20y%3D%22445%22%20width%3D%22240%22%20height%3D%2230%22%20as%3D%22geometry%22%3E%3CmxRectangle%20width%3D%22240%22%20height%3D%2230%22%20as%3D%22alternateBounds%22%2F%3E%3C%2FmxGeometry%3E%3C%2FmxCell%3E%3C%2Froot%3E%3C%2FmxGraphModel%3E&lt;/span&gt;" style="shape=partialRectangle;connectable=0;fillColor=none;top=0;left=0;bottom=0;right=0;align=left;spacingLeft=6;overflow=hidden;whiteSpace=wrap;html=1;" parent="186" vertex="1">
                    <mxGeometry x="30" width="240" height="30" as="geometry">
                        <mxRectangle width="240" height="30" as="alternateBounds"/>
                    </mxGeometry>
                </mxCell>
                <mxCell id="131" value="" style="edgeStyle=orthogonalEdgeStyle;fontSize=12;html=1;endArrow=ERoneToMany;startArrow=ERmandOne;exitX=0;exitY=0.5;exitDx=0;exitDy=0;entryX=0;entryY=0.5;entryDx=0;entryDy=0;" parent="1" source="116" target="97" edge="1">
                    <mxGeometry width="100" height="100" relative="1" as="geometry">
                        <mxPoint x="390" y="380" as="sourcePoint"/>
                        <mxPoint x="490" y="280" as="targetPoint"/>
                        <Array as="points">
                            <mxPoint x="610" y="325"/>
                            <mxPoint x="610" y="15"/>
                        </Array>
                    </mxGeometry>
                </mxCell>
-                 <mxCell id="134" value="" style="edgeStyle=orthogonalEdgeStyle;fontSize=12;html=1;endArrow=ERoneToMany;startArrow=ERmandOne;exitX=1;exitY=0.5;exitDx=0;exitDy=0;entryX=0;entryY=0.5;entryDx=0;entryDy=0;" parent="1" source="53" target="198" edge="1">
-                     <mxGeometry width="100" height="100" relative="1" as="geometry">
-                         <mxPoint x="777" y="-130" as="sourcePoint"/>
-                         <mxPoint x="730" y="-2" as="targetPoint"/>
-                         <Array as="points">
-                             <mxPoint x="590" y="5"/>
-                             <mxPoint x="590" y="75"/>
-                         </Array>
-                     </mxGeometry>
-                 </mxCell>
-                 <mxCell id="135" value="hora_trilhas" style="shape=table;startSize=30;container=1;collapsible=1;childLayout=tableLayout;fixedRows=1;rowLines=0;fontStyle=1;align=center;resizeLast=1;html=1;" parent="1" vertex="1">
+                 <mxCell id="135" value="cao_trilhas" style="shape=table;startSize=30;container=1;collapsible=1;childLayout=tableLayout;fixedRows=1;rowLines=0;fontStyle=1;align=center;resizeLast=1;html=1;" parent="1" vertex="1">
                    <mxGeometry x="160" y="210" width="310" height="150" as="geometry"/>
                </mxCell>
                <mxCell id="136" value="" style="shape=tableRow;horizontal=0;startSize=0;swimlaneHead=0;swimlaneBody=0;fillColor=none;collapsible=0;dropTarget=0;points=[[0,0.5],[1,0.5]];portConstraint=eastwest;top=0;left=0;right=0;bottom=1;" parent="135" vertex="1">
                    <mxGeometry y="30" width="310" height="30" as="geometry"/>
                </mxCell>
                <mxCell id="137" value="PK" style="shape=partialRectangle;connectable=0;fillColor=none;top=0;left=0;bottom=0;right=0;fontStyle=1;overflow=hidden;whiteSpace=wrap;html=1;" parent="136" vertex="1">
                    <mxGeometry width="30" height="30" as="geometry">
                        <mxRectangle width="30" height="30" as="alternateBounds"/>
                    </mxGeometry>
                </mxCell>
                <mxCell id="138" value="id: INT(11)" style="shape=partialRectangle;connectable=0;fillColor=none;top=0;left=0;bottom=0;right=0;align=left;spacingLeft=6;fontStyle=5;overflow=hidden;whiteSpace=wrap;html=1;" parent="136" vertex="1">
                    <mxGeometry x="30" width="280" height="30" as="geometry">
                        <mxRectangle width="280" height="30" as="alternateBounds"/>
                    </mxGeometry>
                </mxCell>
                <mxCell id="151" style="shape=tableRow;horizontal=0;startSize=0;swimlaneHead=0;swimlaneBody=0;fillColor=none;collapsible=0;dropTarget=0;points=[[0,0.5],[1,0.5]];portConstraint=eastwest;top=0;left=0;right=0;bottom=1;" parent="135" vertex="1">
                    <mxGeometry y="60" width="310" height="30" as="geometry"/>
                </mxCell>
                <mxCell id="152" value="FK" style="shape=partialRectangle;connectable=0;fillColor=none;top=0;left=0;bottom=0;right=0;fontStyle=1;overflow=hidden;whiteSpace=wrap;html=1;" parent="151" vertex="1">
                    <mxGeometry width="30" height="30" as="geometry">
                        <mxRectangle width="30" height="30" as="alternateBounds"/>
                    </mxGeometry>
                </mxCell>
                <mxCell id="153" value="&lt;span style=&quot;color: rgb(0, 0, 0);&quot;&gt;id_trilha: INT(11)&lt;/span&gt;" style="shape=partialRectangle;connectable=0;fillColor=none;top=0;left=0;bottom=0;right=0;align=left;spacingLeft=6;fontStyle=5;overflow=hidden;whiteSpace=wrap;html=1;" parent="151" vertex="1">
                    <mxGeometry x="30" width="280" height="30" as="geometry">
                        <mxRectangle width="280" height="30" as="alternateBounds"/>
                    </mxGeometry>
                </mxCell>
                <mxCell id="183" value="" style="shape=tableRow;horizontal=0;startSize=0;swimlaneHead=0;swimlaneBody=0;fillColor=none;collapsible=0;dropTarget=0;points=[[0,0.5],[1,0.5]];portConstraint=eastwest;top=0;left=0;right=0;bottom=0;" parent="135" vertex="1">
                    <mxGeometry y="90" width="310" height="30" as="geometry"/>
                </mxCell>
                <mxCell id="184" value="" style="shape=partialRectangle;connectable=0;fillColor=none;top=0;left=0;bottom=0;right=0;editable=1;overflow=hidden;" parent="183" vertex="1">
                    <mxGeometry width="30" height="30" as="geometry">
                        <mxRectangle width="30" height="30" as="alternateBounds"/>
                    </mxGeometry>
                </mxCell>
                <mxCell id="185" value="hora_inicio: DATETIME " style="shape=partialRectangle;connectable=0;fillColor=none;top=0;left=0;bottom=0;right=0;align=left;spacingLeft=6;overflow=hidden;fontColor=#000000;" parent="183" vertex="1">
                    <mxGeometry x="30" width="280" height="30" as="geometry">
                        <mxRectangle width="280" height="30" as="alternateBounds"/>
                    </mxGeometry>
                </mxCell>
                <mxCell id="180" value="" style="shape=tableRow;horizontal=0;startSize=0;swimlaneHead=0;swimlaneBody=0;fillColor=none;collapsible=0;dropTarget=0;points=[[0,0.5],[1,0.5]];portConstraint=eastwest;top=0;left=0;right=0;bottom=0;" parent="135" vertex="1">
                    <mxGeometry y="120" width="310" height="30" as="geometry"/>
                </mxCell>
                <mxCell id="181" value="" style="shape=partialRectangle;connectable=0;fillColor=none;top=0;left=0;bottom=0;right=0;editable=1;overflow=hidden;" parent="180" vertex="1">
                    <mxGeometry width="30" height="30" as="geometry">
                        <mxRectangle width="30" height="30" as="alternateBounds"/>
                    </mxGeometry>
                </mxCell>
                <mxCell id="182" value="hora_fim: DATETIME " style="shape=partialRectangle;connectable=0;fillColor=none;top=0;left=0;bottom=0;right=0;align=left;spacingLeft=6;overflow=hidden;fontColor=#000000;" parent="180" vertex="1">
                    <mxGeometry x="30" width="280" height="30" as="geometry">
                        <mxRectangle width="280" height="30" as="alternateBounds"/>
                    </mxGeometry>
                </mxCell>
                <mxCell id="157" value="" style="edgeStyle=orthogonalEdgeStyle;fontSize=12;html=1;endArrow=ERmandOne;startArrow=ERmandOne;exitX=0;exitY=0.5;exitDx=0;exitDy=0;endFill=0;entryX=0;entryY=0.5;entryDx=0;entryDy=0;" parent="1" source="85" target="151" edge="1">
                    <mxGeometry width="100" height="100" relative="1" as="geometry">
                        <mxPoint x="500" y="510" as="sourcePoint"/>
                        <mxPoint x="70" y="220" as="targetPoint"/>
                        <Array as="points">
                            <mxPoint x="110" y="455"/>
                            <mxPoint x="110" y="285"/>
                        </Array>
                    </mxGeometry>
                </mxCell>
                <mxCell id="158" value="" style="edgeStyle=orthogonalEdgeStyle;fontSize=12;html=1;endArrow=ERmandOne;startArrow=ERoneToMany;exitX=0;exitY=0.5;exitDx=0;exitDy=0;entryX=1;entryY=0.5;entryDx=0;entryDy=0;endFill=0;startFill=0;" parent="1" source="192" target="85" edge="1">
                    <mxGeometry width="100" height="100" relative="1" as="geometry">
                        <mxPoint x="810" y="-120.00000000000001" as="sourcePoint"/>
                        <mxPoint x="480" y="374.99" as="targetPoint"/>
                    </mxGeometry>
                </mxCell>
                <mxCell id="84" value="trilhas" style="shape=table;startSize=30;container=1;collapsible=1;childLayout=tableLayout;fixedRows=1;rowLines=0;fontStyle=1;align=center;resizeLast=1;html=1;" parent="1" vertex="1">
                    <mxGeometry x="190" y="410" width="280" height="210" as="geometry"/>
                </mxCell>
                <mxCell id="85" value="" style="shape=tableRow;horizontal=0;startSize=0;swimlaneHead=0;swimlaneBody=0;fillColor=none;collapsible=0;dropTarget=0;points=[[0,0.5],[1,0.5]];portConstraint=eastwest;top=0;left=0;right=0;bottom=1;" parent="84" vertex="1">
                    <mxGeometry y="30" width="280" height="30" as="geometry"/>
                </mxCell>
                <mxCell id="86" value="PK" style="shape=partialRectangle;connectable=0;fillColor=none;top=0;left=0;bottom=0;right=0;fontStyle=1;overflow=hidden;whiteSpace=wrap;html=1;" parent="85" vertex="1">
                    <mxGeometry width="30" height="30" as="geometry">
                        <mxRectangle width="30" height="30" as="alternateBounds"/>
                    </mxGeometry>
                </mxCell>
                <mxCell id="87" value="id: INT(11)" style="shape=partialRectangle;connectable=0;fillColor=none;top=0;left=0;bottom=0;right=0;align=left;spacingLeft=6;fontStyle=5;overflow=hidden;whiteSpace=wrap;html=1;" parent="85" vertex="1">
                    <mxGeometry x="30" width="250" height="30" as="geometry">
                        <mxRectangle width="250" height="30" as="alternateBounds"/>
                    </mxGeometry>
                </mxCell>
                <mxCell id="88" value="" style="shape=tableRow;horizontal=0;startSize=0;swimlaneHead=0;swimlaneBody=0;fillColor=none;collapsible=0;dropTarget=0;points=[[0,0.5],[1,0.5]];portConstraint=eastwest;top=0;left=0;right=0;bottom=0;" parent="84" vertex="1">
                    <mxGeometry y="60" width="280" height="30" as="geometry"/>
                </mxCell>
                <mxCell id="89" value="" style="shape=partialRectangle;connectable=0;fillColor=none;top=0;left=0;bottom=0;right=0;editable=1;overflow=hidden;whiteSpace=wrap;html=1;" parent="88" vertex="1">
                    <mxGeometry width="30" height="30" as="geometry">
                        <mxRectangle width="30" height="30" as="alternateBounds"/>
                    </mxGeometry>
                </mxCell>
                <mxCell id="90" value="nome: VARCHAR(150)" style="shape=partialRectangle;connectable=0;fillColor=none;top=0;left=0;bottom=0;right=0;align=left;spacingLeft=6;overflow=hidden;whiteSpace=wrap;html=1;" parent="88" vertex="1">
                    <mxGeometry x="30" width="250" height="30" as="geometry">
                        <mxRectangle width="250" height="30" as="alternateBounds"/>
                    </mxGeometry>
                </mxCell>
                <mxCell id="91" value="" style="shape=tableRow;horizontal=0;startSize=0;swimlaneHead=0;swimlaneBody=0;fillColor=none;collapsible=0;dropTarget=0;points=[[0,0.5],[1,0.5]];portConstraint=eastwest;top=0;left=0;right=0;bottom=0;" parent="84" vertex="1">
                    <mxGeometry y="90" width="280" height="30" as="geometry"/>
                </mxCell>
                <mxCell id="92" value="" style="shape=partialRectangle;connectable=0;fillColor=none;top=0;left=0;bottom=0;right=0;editable=1;overflow=hidden;whiteSpace=wrap;html=1;" parent="91" vertex="1">
                    <mxGeometry width="30" height="30" as="geometry">
                        <mxRectangle width="30" height="30" as="alternateBounds"/>
                    </mxGeometry>
                </mxCell>
                <mxCell id="93" value="data: DATE&amp;nbsp;" style="shape=partialRectangle;connectable=0;fillColor=none;top=0;left=0;bottom=0;right=0;align=left;spacingLeft=6;overflow=hidden;whiteSpace=wrap;html=1;" parent="91" vertex="1">
                    <mxGeometry x="30" width="250" height="30" as="geometry">
                        <mxRectangle width="250" height="30" as="alternateBounds"/>
                    </mxGeometry>
                </mxCell>
                <mxCell id="94" value="" style="shape=tableRow;horizontal=0;startSize=0;swimlaneHead=0;swimlaneBody=0;fillColor=none;collapsible=0;dropTarget=0;points=[[0,0.5],[1,0.5]];portConstraint=eastwest;top=0;left=0;right=0;bottom=0;" parent="84" vertex="1">
                    <mxGeometry y="120" width="280" height="30" as="geometry"/>
                </mxCell>
                <mxCell id="95" value="" style="shape=partialRectangle;connectable=0;fillColor=none;top=0;left=0;bottom=0;right=0;editable=1;overflow=hidden;whiteSpace=wrap;html=1;" parent="94" vertex="1">
                    <mxGeometry width="30" height="30" as="geometry">
                        <mxRectangle width="30" height="30" as="alternateBounds"/>
                    </mxGeometry>
                </mxCell>
                <mxCell id="96" value="kms: DECIMAL(5,2)" style="shape=partialRectangle;connectable=0;fillColor=none;top=0;left=0;bottom=0;right=0;align=left;spacingLeft=6;overflow=hidden;whiteSpace=wrap;html=1;" parent="94" vertex="1">
                    <mxGeometry x="30" width="250" height="30" as="geometry">
                        <mxRectangle width="250" height="30" as="alternateBounds"/>
                    </mxGeometry>
                </mxCell>
                <mxCell id="112" style="shape=tableRow;horizontal=0;startSize=0;swimlaneHead=0;swimlaneBody=0;fillColor=none;collapsible=0;dropTarget=0;points=[[0,0.5],[1,0.5]];portConstraint=eastwest;top=0;left=0;right=0;bottom=0;" parent="84" vertex="1">
                    <mxGeometry y="150" width="280" height="30" as="geometry"/>
                </mxCell>
                <mxCell id="113" style="shape=partialRectangle;connectable=0;fillColor=none;top=0;left=0;bottom=0;right=0;editable=1;overflow=hidden;whiteSpace=wrap;html=1;" parent="112" vertex="1">
                    <mxGeometry width="30" height="30" as="geometry">
                        <mxRectangle width="30" height="30" as="alternateBounds"/>
                    </mxGeometry>
                </mxCell>
                <mxCell id="114" value="localidade: VARCHAR(100)" style="shape=partialRectangle;connectable=0;fillColor=none;top=0;left=0;bottom=0;right=0;align=left;spacingLeft=6;overflow=hidden;whiteSpace=wrap;html=1;" parent="112" vertex="1">
                    <mxGeometry x="30" width="250" height="30" as="geometry">
                        <mxRectangle width="250" height="30" as="alternateBounds"/>
                    </mxGeometry>
                </mxCell>
                <mxCell id="109" style="shape=tableRow;horizontal=0;startSize=0;swimlaneHead=0;swimlaneBody=0;fillColor=none;collapsible=0;dropTarget=0;points=[[0,0.5],[1,0.5]];portConstraint=eastwest;top=0;left=0;right=0;bottom=0;" parent="84" vertex="1">
                    <mxGeometry y="180" width="280" height="30" as="geometry"/>
                </mxCell>
                <mxCell id="110" style="shape=partialRectangle;connectable=0;fillColor=none;top=0;left=0;bottom=0;right=0;editable=1;overflow=hidden;whiteSpace=wrap;html=1;" parent="109" vertex="1">
                    <mxGeometry width="30" height="30" as="geometry">
                        <mxRectangle width="30" height="30" as="alternateBounds"/>
                    </mxGeometry>
                </mxCell>
                <mxCell id="111" value="localizacao&lt;span style=&quot;color: rgb(0, 0, 0);&quot;&gt;: VARCHAR(100)&lt;/span&gt;" style="shape=partialRectangle;connectable=0;fillColor=none;top=0;left=0;bottom=0;right=0;align=left;spacingLeft=6;overflow=hidden;whiteSpace=wrap;html=1;" parent="109" vertex="1">
                    <mxGeometry x="30" width="250" height="30" as="geometry">
                        <mxRectangle width="250" height="30" as="alternateBounds"/>
                    </mxGeometry>
                </mxCell>
+                 <mxCell id="201" value="" style="edgeStyle=orthogonalEdgeStyle;fontSize=12;html=1;endArrow=ERmandOne;startArrow=ERoneToMany;exitX=1;exitY=0.5;exitDx=0;exitDy=0;entryX=0;entryY=0.5;entryDx=0;entryDy=0;endFill=0;startFill=0;" edge="1" parent="1" source="53" target="198">
+                     <mxGeometry width="100" height="100" relative="1" as="geometry">
+                         <mxPoint x="810" y="55" as="sourcePoint"/>
+                         <mxPoint x="480" y="465" as="targetPoint"/>
+                         <Array as="points">
+                             <mxPoint x="690" y="-5"/>
+                             <mxPoint x="690" y="75"/>
+                         </Array>
+                     </mxGeometry>
+                 </mxCell>
            </root>
        </mxGraphModel>
    </diagram>
</mxfile>